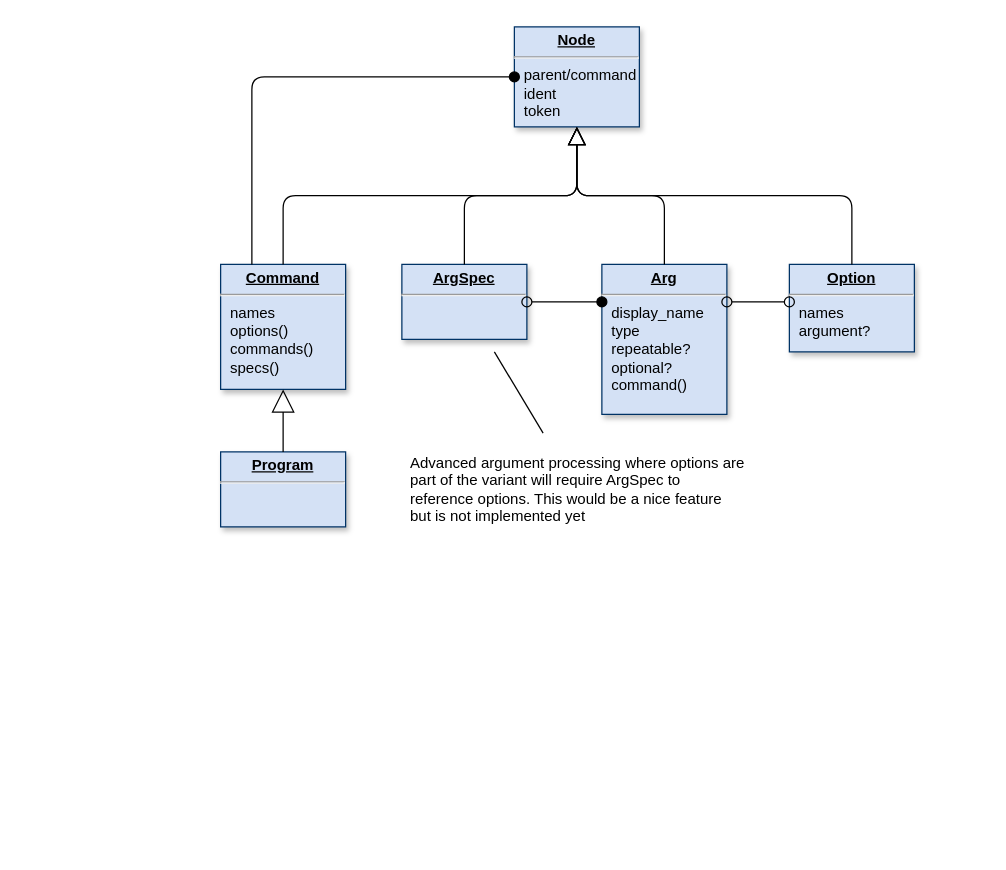
clrgit/shellopts keeps this draw.io diagram as page "Grammar" (2 of 7) of doc/diagram.drawio. Above is the earlier version. Source tidied: cells renumbered, new cells numbered last; positions are measured from the earlier drawing's top-left corner, leaving out a move shared by most shapes. Both pictures are drawn from the tidied source at 125%, with x=0, y=0 at pixel (220, 26).
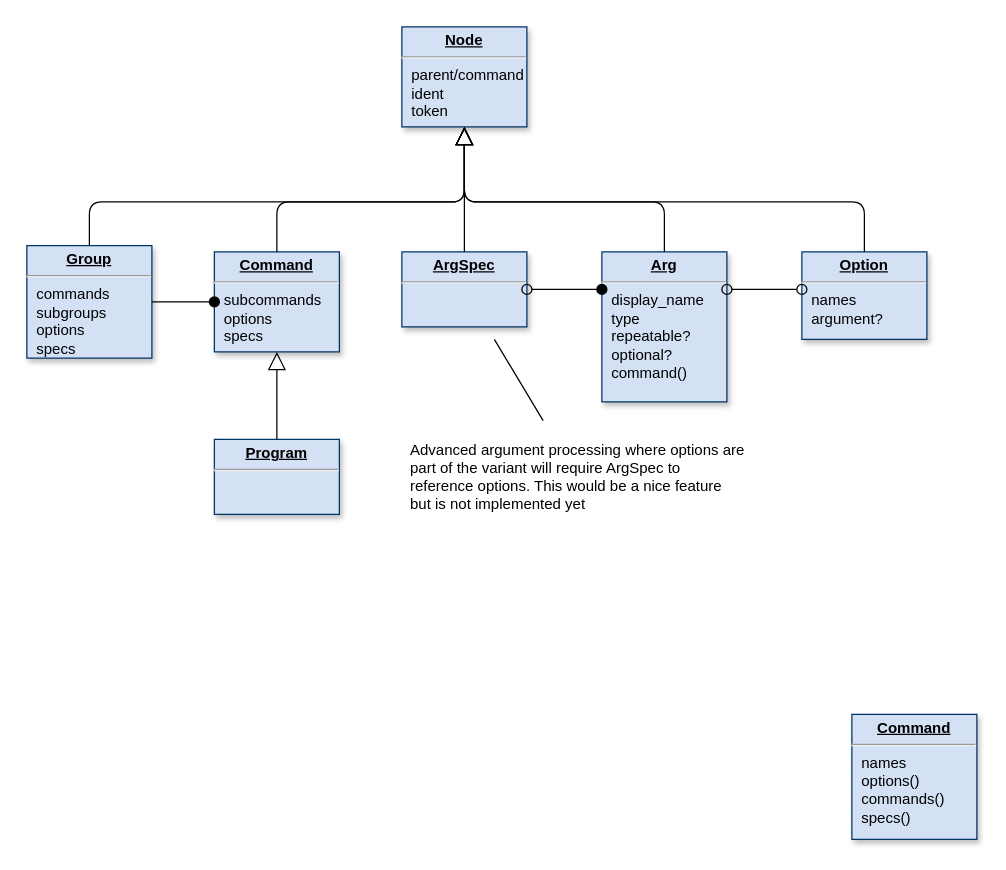
Above is the later version.

Commit message (it also covers changes not shown here):
sp on #analyze_commands

Change to the diagram source:
```diff
@@
     <mxCell id="2" value="&lt;p style=&quot;margin: 0px ; margin-top: 4px ; text-align: center ; text-decoration: underline&quot;&gt;&lt;b&gt;Node&lt;/b&gt;&lt;/p&gt;&lt;hr&gt;&lt;p style=&quot;margin: 0px ; margin-left: 8px&quot;&gt;parent/command&lt;/p&gt;&lt;p style=&quot;margin: 0px ; margin-left: 8px&quot;&gt;ident&lt;/p&gt;&lt;p style=&quot;margin: 0px ; margin-left: 8px&quot;&gt;token&lt;/p&gt;" style="verticalAlign=top;align=left;overflow=fill;fontSize=12;fontFamily=Helvetica;html=1;shadow=1;strokeColor=#003366;fillColor=#D4E1F5;" parent="1" vertex="1">
-      <mxGeometry x="235" width="100" height="80" as="geometry" />
+      <mxGeometry x="145" width="100" height="80" as="geometry" />
     </mxCell>
     <mxCell id="3" value="&lt;p style=&quot;margin: 0px ; margin-top: 4px ; text-align: center ; text-decoration: underline&quot;&gt;&lt;b&gt;Option&lt;/b&gt;&lt;/p&gt;&lt;hr&gt;&lt;p style=&quot;margin: 0px ; margin-left: 8px&quot;&gt;&lt;span&gt;names&lt;/span&gt;&lt;br&gt;&lt;/p&gt;&lt;p style=&quot;margin: 0px ; margin-left: 8px&quot;&gt;&lt;span&gt;argument?&lt;/span&gt;&lt;/p&gt;" style="verticalAlign=top;align=left;overflow=fill;fontSize=12;fontFamily=Helvetica;html=1;shadow=1;strokeColor=#003366;fillColor=#D4E1F5;" parent="1" vertex="1">
-      <mxGeometry x="455" y="190" width="100" height="70" as="geometry" />
+      <mxGeometry x="465" y="180" width="100" height="70" as="geometry" />
     </mxCell>
     <mxCell id="4" value="&lt;p style=&quot;margin: 0px ; margin-top: 4px ; text-align: center ; text-decoration: underline&quot;&gt;&lt;b&gt;Command&lt;/b&gt;&lt;/p&gt;&lt;hr&gt;&lt;p style=&quot;margin: 0px ; margin-left: 8px&quot;&gt;&lt;span&gt;names&lt;/span&gt;&lt;br&gt;&lt;/p&gt;&lt;p style=&quot;margin: 0px ; margin-left: 8px&quot;&gt;&lt;span&gt;options()&lt;/span&gt;&lt;/p&gt;&lt;p style=&quot;margin: 0px ; margin-left: 8px&quot;&gt;&lt;span&gt;commands()&lt;/span&gt;&lt;/p&gt;&lt;p style=&quot;margin: 0px ; margin-left: 8px&quot;&gt;&lt;span&gt;specs()&lt;/span&gt;&lt;/p&gt;" style="verticalAlign=top;align=left;overflow=fill;fontSize=12;fontFamily=Helvetica;html=1;shadow=1;strokeColor=#003366;fillColor=#D4E1F5;" parent="1" vertex="1">
-      <mxGeometry y="190" width="100" height="100" as="geometry" />
+      <mxGeometry x="505" y="550" width="100" height="100" as="geometry" />
     </mxCell>
     <mxCell id="5" value="&lt;p style=&quot;margin: 0px ; margin-top: 4px ; text-align: center ; text-decoration: underline&quot;&gt;&lt;b&gt;Program&lt;/b&gt;&lt;/p&gt;&lt;hr&gt;&lt;p style=&quot;margin: 0px ; margin-left: 8px&quot;&gt;&lt;br&gt;&lt;/p&gt;" style="verticalAlign=top;align=left;overflow=fill;fontSize=12;fontFamily=Helvetica;html=1;shadow=1;strokeColor=#003366;fillColor=#D4E1F5;" parent="1" vertex="1">
-      <mxGeometry y="340" width="100" height="60" as="geometry" />
+      <mxGeometry x="-5" y="330" width="100" height="60" as="geometry" />
     </mxCell>
     <mxCell id="6" value="&lt;p style=&quot;margin: 0px ; margin-top: 4px ; text-align: center ; text-decoration: underline&quot;&gt;&lt;b&gt;Arg&lt;/b&gt;&lt;/p&gt;&lt;hr&gt;&lt;p style=&quot;margin: 0px 0px 0px 8px&quot;&gt;&lt;span&gt;display_name&lt;/span&gt;&lt;br&gt;&lt;/p&gt;&lt;p style=&quot;margin: 0px ; margin-left: 8px&quot;&gt;&lt;span&gt;type&lt;/span&gt;&lt;br&gt;&lt;/p&gt;&lt;p style=&quot;margin: 0px ; margin-left: 8px&quot;&gt;&lt;span&gt;repeatable?&lt;/span&gt;&lt;br&gt;&lt;/p&gt;&lt;p style=&quot;margin: 0px ; margin-left: 8px&quot;&gt;optional?&lt;/p&gt;&lt;p style=&quot;margin: 0px ; margin-left: 8px&quot;&gt;command()&lt;/p&gt;" style="verticalAlign=top;align=left;overflow=fill;fontSize=12;fontFamily=Helvetica;html=1;shadow=1;strokeColor=#003366;fillColor=#D4E1F5;" parent="1" vertex="1">
-      <mxGeometry x="305" y="190" width="100" height="120" as="geometry" />
+      <mxGeometry x="305" y="180" width="100" height="120" as="geometry" />
     </mxCell>
     <mxCell id="7" value="&lt;p style=&quot;margin: 0px ; margin-top: 4px ; text-align: center ; text-decoration: underline&quot;&gt;&lt;b&gt;ArgSpec&lt;/b&gt;&lt;/p&gt;&lt;hr&gt;&lt;p style=&quot;margin: 0px ; margin-left: 8px&quot;&gt;&lt;br&gt;&lt;/p&gt;" style="verticalAlign=top;align=left;overflow=fill;fontSize=12;fontFamily=Helvetica;html=1;shadow=1;strokeColor=#003366;fillColor=#D4E1F5;" parent="1" vertex="1">
-      <mxGeometry x="145" y="190" width="100" height="60" as="geometry" />
+      <mxGeometry x="145" y="180" width="100" height="60" as="geometry" />
     </mxCell>
     <mxCell id="8" style="endArrow=oval;endSize=8;startArrow=oval;startSize=8;startFill=0;edgeStyle=orthogonalEdgeStyle;html=1;endFill=1;" parent="1" edge="1" source="7" target="6">
-      <mxGeometry x="1479.5" y="865" as="geometry">
+      <mxGeometry x="1479.5" y="855" as="geometry">
         <Array as="points">
-          <mxPoint x="265" y="220" />
-          <mxPoint x="265" y="220" />
+          <mxPoint x="265" y="210" />
+          <mxPoint x="265" y="210" />
         </Array>
       </mxGeometry>
     </mxCell>
@@
-    <mxCell id="11" style="endArrow=block;endSize=16;endFill=0;html=1;edgeStyle=orthogonalEdgeStyle;" parent="1" edge="1" source="5" target="4">
-      <mxGeometry relative="1" as="geometry" />
-    </mxCell>
-    <mxCell id="12" style="endArrow=oval;endSize=8;startArrow=none;startSize=8;startFill=0;edgeStyle=orthogonalEdgeStyle;html=1;endFill=1;" parent="1" edge="1" source="4" target="2">
-      <mxGeometry x="1095" y="405" as="geometry">
-        <Array as="points">
-          <mxPoint x="25" y="40" />
-        </Array>
-      </mxGeometry>
-    </mxCell>
-    <mxCell id="13" style="align=left;verticalAlign=top;labelBackgroundColor=#ffffff;fontSize=10;strokeColor=#003366;shadow=1;fillColor=#D4E1F5;fontColor=#003366;html=1;" parent="12" vertex="1">
-      <mxGeometry x="-1" relative="1" as="geometry">
-        <mxPoint x="10" as="offset" />
-      </mxGeometry>
-    </mxCell>
-    <mxCell id="14" style="align=right;verticalAlign=top;labelBackgroundColor=#ffffff;fontSize=10;strokeColor=#003366;shadow=1;fillColor=#D4E1F5;fontColor=#003366;html=1;" parent="12" vertex="1">
-      <mxGeometry x="1" relative="1" as="geometry">
-        <mxPoint x="20" y="-25" as="offset" />
-      </mxGeometry>
-    </mxCell>
     <mxCell id="15" style="endArrow=oval;endSize=8;startArrow=oval;startSize=8;startFill=0;edgeStyle=orthogonalEdgeStyle;html=1;endFill=0;labelBackgroundColor=#FFFFFF;" parent="1" edge="1" source="6" target="3">
-      <mxGeometry x="1680" y="435" as="geometry">
+      <mxGeometry x="1680" y="425" as="geometry">
         <Array as="points">
-          <mxPoint x="435" y="220" />
-          <mxPoint x="435" y="220" />
+          <mxPoint x="435" y="210" />
+          <mxPoint x="435" y="210" />
         </Array>
       </mxGeometry>
     </mxCell>
@@
     <mxCell id="19" value="Advanced argument processing where options are part of the variant will require ArgSpec to reference options. This would be a nice feature but is not implemented yet" style="text;html=1;strokeColor=none;fillColor=none;align=left;verticalAlign=top;whiteSpace=wrap;rounded=0;labelPosition=center;verticalLabelPosition=middle;" parent="1" vertex="1">
-      <mxGeometry x="150" y="335" width="270" height="70" as="geometry" />
+      <mxGeometry x="150" y="325" width="270" height="70" as="geometry" />
     </mxCell>
-    <mxCell id="20" style="endArrow=block;endFill=0;endSize=12;html=1;edgeStyle=elbowEdgeStyle;labelBackgroundColor=#FFFFFF;elbow=vertical;" parent="1" edge="1" source="6" target="2">
-      <mxGeometry relative="1" as="geometry" />
+    <mxCell id="20" style="endArrow=block;endFill=0;endSize=12;html=1;edgeStyle=elbowEdgeStyle;labelBackgroundColor=#FFFFFF;elbow=vertical;exitX=0.5;exitY=0;exitDx=0;exitDy=0;entryX=0.5;entryY=1;entryDx=0;entryDy=0;" parent="1" edge="1" source="6" target="2">
+      <mxGeometry relative="1" as="geometry">
+        <Array as="points">
+          <mxPoint x="335" y="140" />
+          <mxPoint x="305" y="170" />
+          <mxPoint x="295" y="160" />
+          <mxPoint x="365" y="140" />
+        </Array>
+      </mxGeometry>
     </mxCell>
-    <mxCell id="21" style="endArrow=block;endFill=0;endSize=12;html=1;edgeStyle=elbowEdgeStyle;labelBackgroundColor=#FFFFFF;elbow=vertical;" parent="1" edge="1" source="4" target="2">
-      <mxGeometry relative="1" as="geometry" />
-    </mxCell>
-    <mxCell id="22" style="endArrow=block;endFill=0;endSize=12;html=1;edgeStyle=elbowEdgeStyle;labelBackgroundColor=#FFFFFF;elbow=vertical;" parent="1" edge="1" source="7" target="2">
-      <mxGeometry relative="1" as="geometry" />
+    <mxCell id="22" style="endArrow=block;endFill=0;endSize=12;html=1;edgeStyle=elbowEdgeStyle;labelBackgroundColor=#FFFFFF;elbow=vertical;entryX=0.5;entryY=1;entryDx=0;entryDy=0;exitX=0.5;exitY=0;exitDx=0;exitDy=0;" parent="1" edge="1" source="7" target="2">
+      <mxGeometry relative="1" as="geometry">
+        <Array as="points">
+          <mxPoint x="245" y="140" />
+          <mxPoint x="245" y="135" />
+        </Array>
+      </mxGeometry>
     </mxCell>
     <mxCell id="23" style="endArrow=block;endFill=0;endSize=12;html=1;edgeStyle=elbowEdgeStyle;labelBackgroundColor=#FFFFFF;elbow=vertical;" parent="1" edge="1" source="3" target="2">
-      <mxGeometry relative="1" as="geometry" />
+      <mxGeometry relative="1" as="geometry">
+        <Array as="points">
+          <mxPoint x="445" y="140" />
+        </Array>
+      </mxGeometry>
     </mxCell>
+    <mxCell id="24" value="&lt;p style=&quot;margin: 0px ; margin-top: 4px ; text-align: center ; text-decoration: underline&quot;&gt;&lt;b&gt;Group&lt;/b&gt;&lt;/p&gt;&lt;hr&gt;&lt;p style=&quot;margin: 0px ; margin-left: 8px&quot;&gt;&lt;span&gt;commands&lt;/span&gt;&lt;br&gt;&lt;/p&gt;&lt;p style=&quot;margin: 0px ; margin-left: 8px&quot;&gt;&lt;span&gt;subgroups&lt;/span&gt;&lt;/p&gt;&lt;p style=&quot;margin: 0px ; margin-left: 8px&quot;&gt;&lt;span&gt;options&lt;/span&gt;&lt;/p&gt;&lt;p style=&quot;margin: 0px ; margin-left: 8px&quot;&gt;&lt;span&gt;specs&lt;/span&gt;&lt;/p&gt;&lt;p style=&quot;margin: 0px ; margin-left: 8px&quot;&gt;&lt;br&gt;&lt;/p&gt;" style="verticalAlign=top;align=left;overflow=fill;fontSize=12;fontFamily=Helvetica;html=1;shadow=1;strokeColor=#003366;fillColor=#D4E1F5;" parent="1" vertex="1">
+      <mxGeometry x="-155" y="175" width="100" height="90" as="geometry" />
+    </mxCell>
+    <mxCell id="25" value="&lt;p style=&quot;margin: 0px ; margin-top: 4px ; text-align: center ; text-decoration: underline&quot;&gt;&lt;b&gt;Command&lt;/b&gt;&lt;/p&gt;&lt;hr&gt;&lt;p style=&quot;margin: 0px ; margin-left: 8px&quot;&gt;subcommands&lt;/p&gt;&lt;p style=&quot;margin: 0px ; margin-left: 8px&quot;&gt;options&lt;/p&gt;&lt;p style=&quot;margin: 0px ; margin-left: 8px&quot;&gt;specs&lt;/p&gt;" style="verticalAlign=top;align=left;overflow=fill;fontSize=12;fontFamily=Helvetica;html=1;shadow=1;strokeColor=#003366;fillColor=#D4E1F5;" parent="1" vertex="1">
+      <mxGeometry x="-5" y="180" width="100" height="80" as="geometry" />
+    </mxCell>
+    <mxCell id="26" style="endArrow=oval;endSize=8;startArrow=none;startSize=8;startFill=0;edgeStyle=orthogonalEdgeStyle;html=1;endFill=1;" parent="1" edge="1" source="24" target="25">
+      <mxGeometry x="1330" y="785" as="geometry" />
+    </mxCell>
+    <mxCell id="27" style="align=left;verticalAlign=top;labelBackgroundColor=#ffffff;fontSize=10;strokeColor=#003366;shadow=1;fillColor=#D4E1F5;fontColor=#003366;html=1;" parent="26" vertex="1">
+      <mxGeometry x="-1" relative="1" as="geometry">
+        <mxPoint x="10" as="offset" />
+      </mxGeometry>
+    </mxCell>
+    <mxCell id="28" style="align=right;verticalAlign=top;labelBackgroundColor=#ffffff;fontSize=10;strokeColor=#003366;shadow=1;fillColor=#D4E1F5;fontColor=#003366;html=1;" parent="26" vertex="1">
+      <mxGeometry x="1" relative="1" as="geometry">
+        <mxPoint x="20" y="-25" as="offset" />
+      </mxGeometry>
+    </mxCell>
+    <mxCell id="29" style="endArrow=block;endFill=0;endSize=12;html=1;labelBackgroundColor=#FFFFFF;elbow=vertical;edgeStyle=elbowEdgeStyle;entryX=0.5;entryY=1;entryDx=0;entryDy=0;" parent="1" edge="1" source="25" target="2">
+      <mxGeometry relative="1" as="geometry">
+        <Array as="points">
+          <mxPoint x="145" y="140" />
+          <mxPoint x="45" y="120" />
+          <mxPoint x="-25" y="140" />
+        </Array>
+      </mxGeometry>
+    </mxCell>
+    <mxCell id="30" style="endArrow=block;endFill=0;endSize=12;html=1;labelBackgroundColor=#FFFFFF;elbow=vertical;edgeStyle=elbowEdgeStyle;" parent="1" edge="1" source="5" target="25">
+      <mxGeometry relative="1" as="geometry" />
+    </mxCell>
+    <mxCell id="31" style="endArrow=block;endFill=0;endSize=12;html=1;labelBackgroundColor=#FFFFFF;elbow=vertical;edgeStyle=elbowEdgeStyle;" parent="1" edge="1" source="24" target="2">
+      <mxGeometry relative="1" as="geometry">
+        <Array as="points">
+          <mxPoint x="35" y="140" />
+        </Array>
+      </mxGeometry>
+    </mxCell>
```
